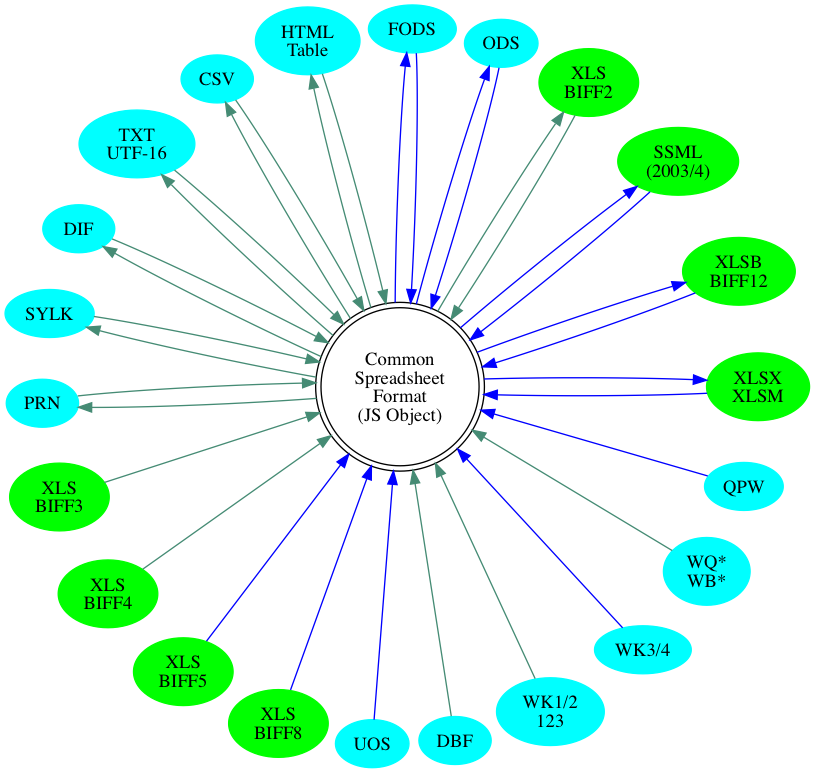
Before: formats.png, a diagram exported from Graphviz (KingTiger001/sheet-project). Its source is kept beside it as formats.dot.
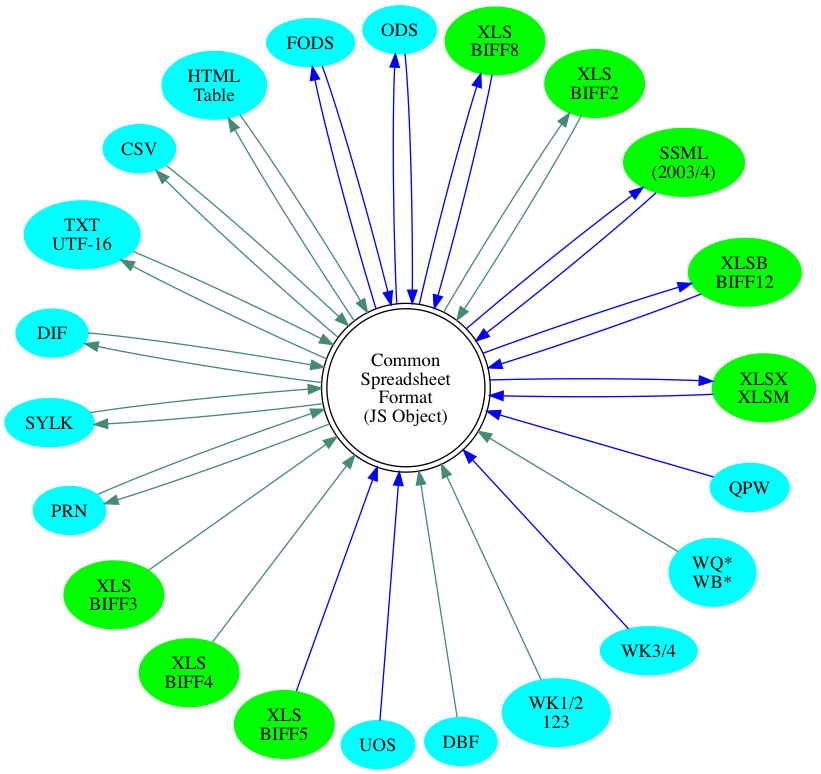
The same file after the commit.

What changed in the source:
```diff
@@ -40,6 +40,7 @@
 		csf -> xlml
 		xlml -> csf
 		xls5 -> csf
+		csf -> xls8
 		xls8 -> csf
 		ods -> csf
 		csf -> ods
```
